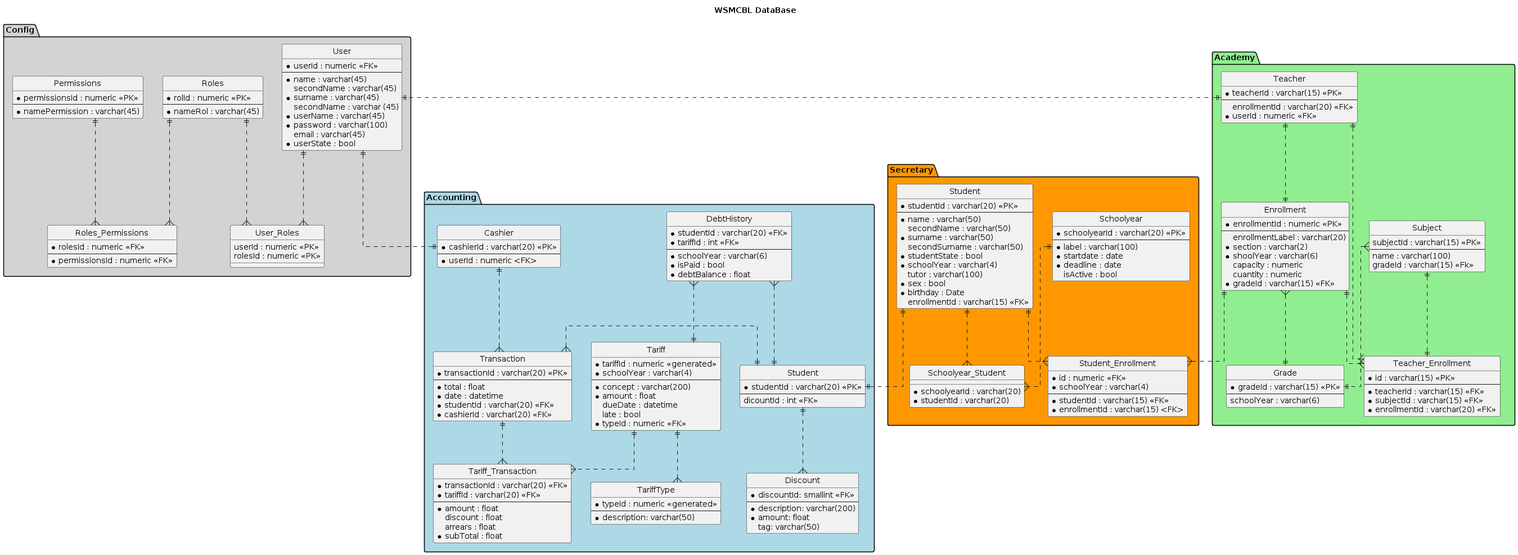
The PlantUML diagram out/DesignView/database.png in wsmcbl/wsmcbl.doc, before a commit.
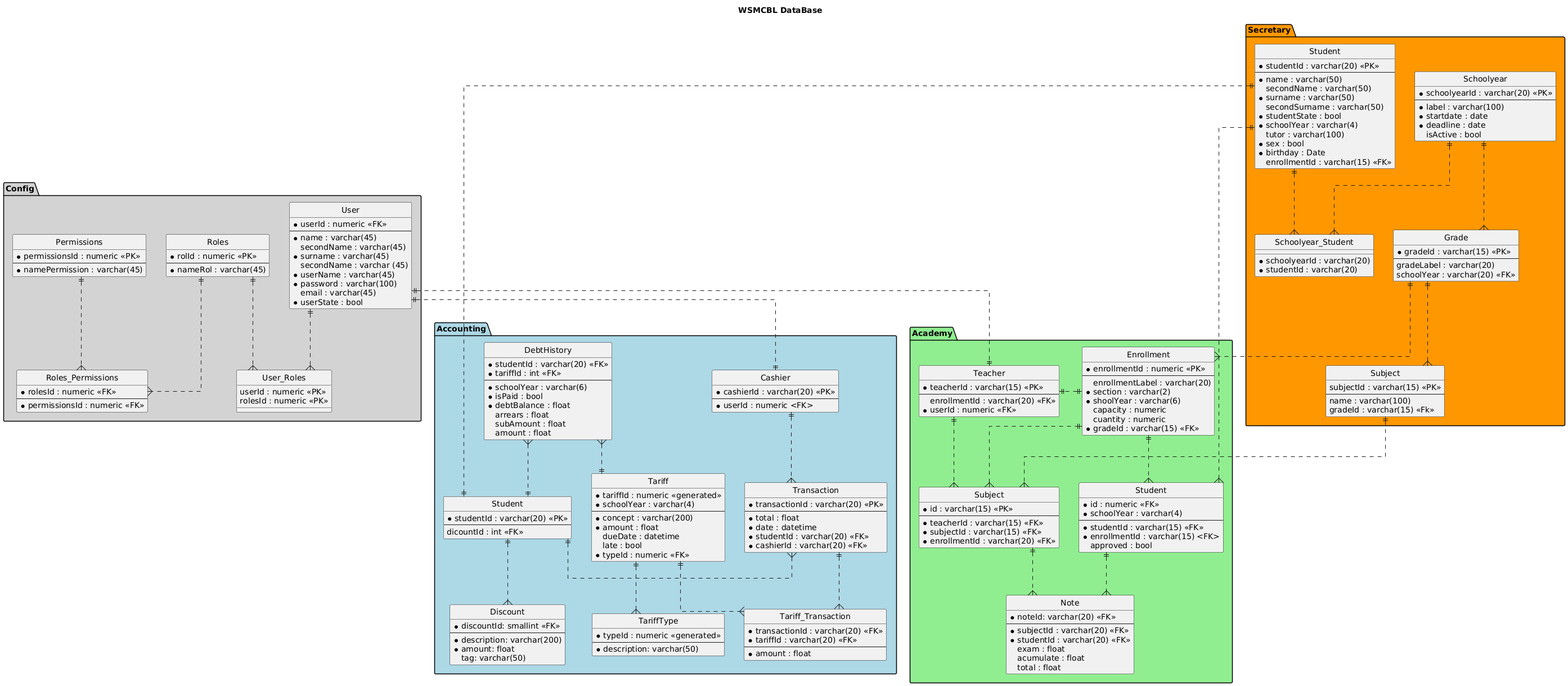
After the change.

Commit message:
Feat: Update database structure to CU05

The edit, as a diff of the source:
```diff
@@ -72,15 +72,6 @@
         enrollmentId : varchar(15) <<FK>>
     }
 
-    entity Student_Enrollment
-    {
-        * id : numeric <<FK>>
-        * schoolYear : varchar(4)
-        --
-        * studentId : varchar(15) <<FK>>
-        * enrollmentId : varchar(15) <FK>
-    }
-
     entity Schoolyear
     {
         * schoolyearId : varchar(20) <<PK>>
@@ -97,9 +88,26 @@
         * studentId : varchar(20)
     }
 
-    Student ||..{ Student_Enrollment
+    entity Grade
+    {
+        *gradeId : varchar(15) <<PK>>
+        --
+        gradeLabel : varchar(20)
+        schoolYear : varchar(20) <<FK>>
+    }
+
+    entity Subject
+    {
+        subjectId : varchar(15) <<PK>>
+        --
+        name : varchar(100)
+        gradeId : varchar(15) <<Fk>>
+    }
+
     Student ||..{ Schoolyear_Student
     Schoolyear ||..{ Schoolyear_Student
+    Schoolyear ||..{ Grade
+    Grade ||..{ Subject
 }
 
 package Accounting #LightBlue
@@ -136,9 +144,6 @@
         * tariffId : varchar(20) <<FK>>
         --
         * amount : float
-        discount : float
-        arrears : float
-        * subTotal : float
     }
 
     entity Transaction
@@ -175,6 +180,9 @@
         * schoolYear : varchar(6)
         * isPaid : bool
         * debtBalance : float
+        arrears : float
+        subAmount : float
+        amount : float
     }
 
     Cashier ||..{Transaction
@@ -201,21 +209,6 @@
         * gradeId : varchar(15) <<FK>>
     }
 
-    entity Grade
-    {
-        *gradeId : varchar(15) <<PK>>
-        --
-        schoolYear : varchar(6)
-    }
-
-    entity Subject
-    {
-        subjectId : varchar(15) <<PK>>
-        --
-        name : varchar(100)
-        gradeId : varchar(15) <<Fk>>
-    }
-
     entity Teacher
     {
         * teacherId : varchar(15) <<PK>>
@@ -224,7 +217,7 @@
         * userId : numeric <<FK>>
     }
 
-    entity Teacher_Enrollment
+    entity Subject
     {
         * id : varchar(15) <<PK>>
         --
@@ -233,16 +226,40 @@
         * enrollmentId : varchar(20) <<FK>>
     }
 
-    Enrollment }..|| Grade
-    Subject }..|| Grade
-    Teacher ||..|| Enrollment
-    Teacher ||..{ Teacher_Enrollment
-    Subject ||..|| Teacher_Enrollment
-    Enrollment ||..{ Teacher_Enrollment
+    entity Student
+    {
+        * id : numeric <<FK>>
+        * schoolYear : varchar(4)
+        --
+        * studentId : varchar(15) <<FK>>
+        * enrollmentId : varchar(15) <FK>
+        approved : bool
+    }
+
+    entity Note
+    {
+        * noteId: varchar(20) <<FK>>
+        --
+        * subjectId : varchar(20) <<FK>>
+        * studentId : varchar(20) <<FK>>
+        exam : float
+        acumulate : float
+        total : float
+    }
+
+    Teacher ||.left.|| Enrollment
+    Teacher ||..{ Subject
+    Enrollment ||.left.{ Subject
+    Enrollment ||..{ Student
+    Subject ||..{ Note
+    Student ||..{ Note
+
 }
 
+Secretary.Student ||..{ Academy.Student
 Secretary.Student ||..|| Accounting.Student
-Enrollment ||..{ Student_Enrollment
+Secretary.Subject ||..{ Academy.Subject
+Secretary.Grade ||..{ Academy.Enrollment
 User ||..|| Cashier
-User ||.left.|| Teacher
+User ||..|| Teacher
 @enduml
```
